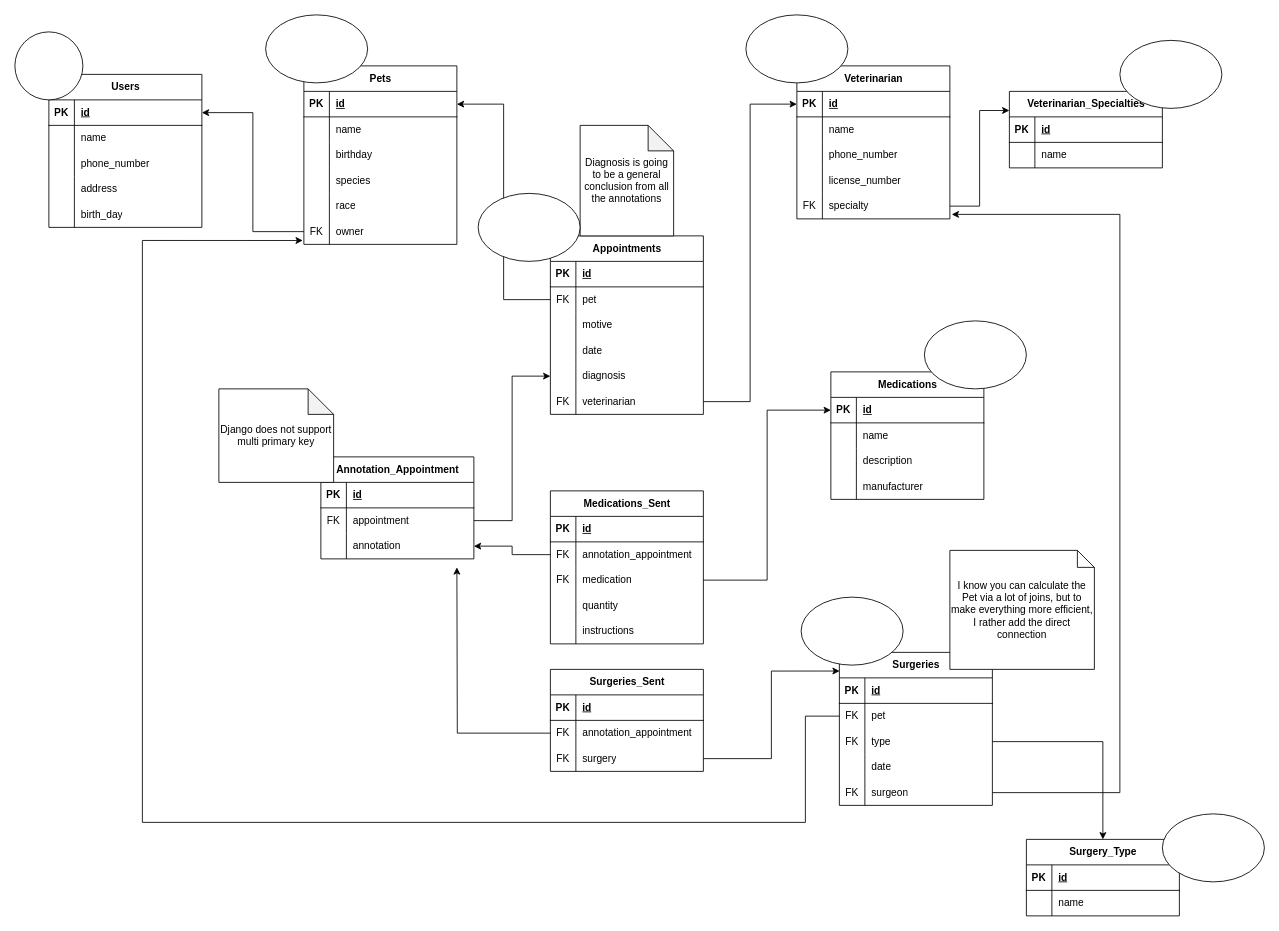
Earlier version of the draw.io diagram DB_diagram.drawio (Laughcheeta1/VeterinaryPythonPracticalCourse). Source tidied: cells renumbered, new cells numbered last; positions are measured from the earlier drawing's top-left corner, leaving out a move shared by most shapes. Both pictures are drawn from the tidied source at 85%, with x=0, y=0 at pixel (14, 14).
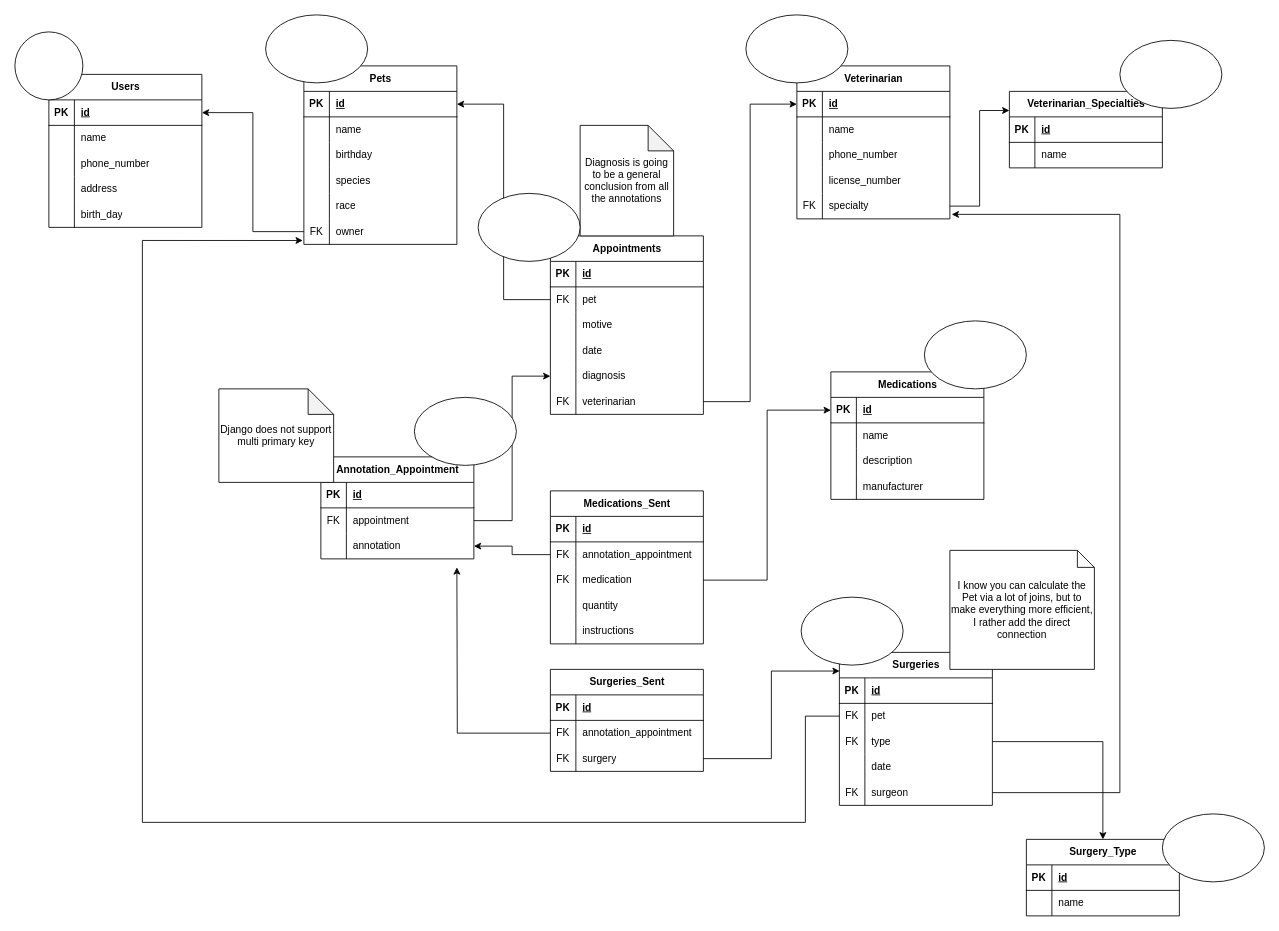
After the change.

Commit message (it also covers changes not shown here):
Created the Medications_Sent table

The edit, as a diff of the source:
```diff
@@
+    <mxCell id="174" style="ellipse;whiteSpace=wrap;html=1;" parent="1" vertex="1">
+      <mxGeometry x="470" y="450" width="120" height="80" as="geometry" />
+    </mxCell>
```
